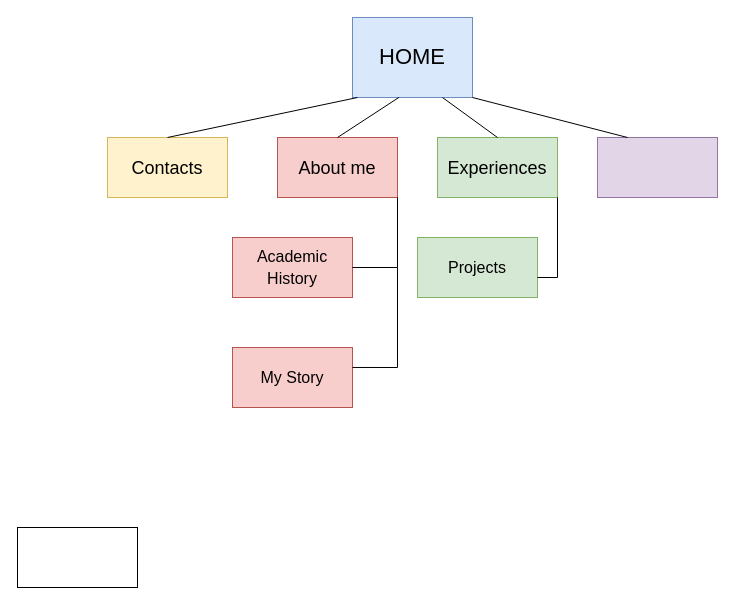
DrOr3O/CSE134B_HW2 keeps this draw.io diagram as Untitled Diagram.drawio. Above is the earlier version. Source tidied: cells renumbered, new cells numbered last; positions are measured from the earlier drawing's top-left corner, leaving out a move shared by most shapes. Both pictures are drawn from the tidied source at 100%, with x=0, y=0 at pixel (17, 17).
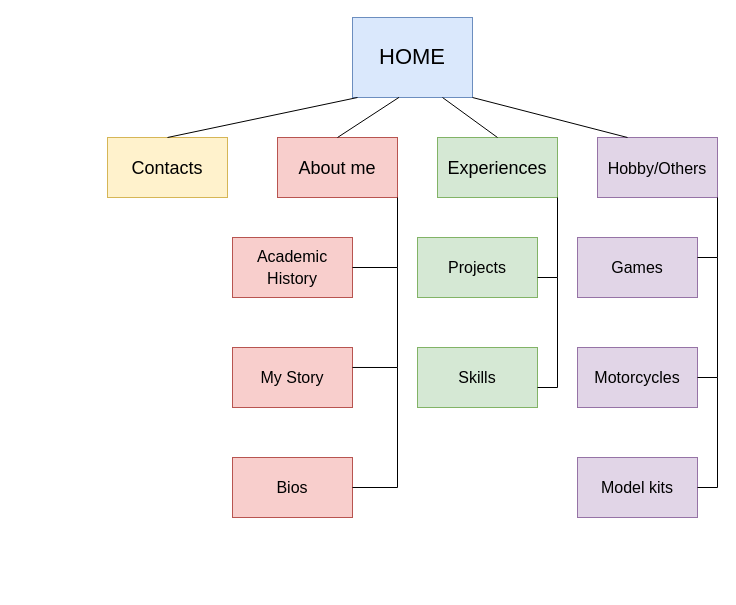
The same page after the edit.

Diff of the diagram source:
```diff
@@
-    <mxCell id="6" style="rounded=0;whiteSpace=wrap;html=1;fontSize=22;fillColor=#e1d5e7;strokeColor=#9673a6;" parent="1" vertex="1">
+    <mxCell id="6" value="&lt;font style=&quot;font-size: 16px;&quot;&gt;Hobby/Others&lt;/font&gt;" style="rounded=0;whiteSpace=wrap;html=1;fontSize=22;fillColor=#e1d5e7;strokeColor=#9673a6;" parent="1" vertex="1">
       <mxGeometry x="580" y="120" width="120" height="60" as="geometry" />
     </mxCell>
@@
-    <mxCell id="14" style="rounded=0;whiteSpace=wrap;html=1;fontSize=18;" parent="1" vertex="1">
-      <mxGeometry y="510" width="120" height="60" as="geometry" />
+    <mxCell id="14" value="&lt;font style=&quot;font-size: 16px;&quot;&gt;Games&lt;/font&gt;" style="rounded=0;whiteSpace=wrap;html=1;fontSize=18;fillColor=#e1d5e7;strokeColor=#9673a6;" parent="1" vertex="1">
+      <mxGeometry x="560" y="220" width="120" height="60" as="geometry" />
     </mxCell>
@@
+    <mxCell id="18" value="&lt;font style=&quot;font-size: 16px;&quot;&gt;Motorcycles&lt;/font&gt;" style="rounded=0;whiteSpace=wrap;html=1;fontSize=18;fillColor=#e1d5e7;strokeColor=#9673a6;" parent="1" vertex="1">
+      <mxGeometry x="560" y="330" width="120" height="60" as="geometry" />
+    </mxCell>
+    <mxCell id="19" value="&lt;font style=&quot;font-size: 16px;&quot;&gt;Model kits&lt;/font&gt;" style="rounded=0;whiteSpace=wrap;html=1;fontSize=18;fillColor=#e1d5e7;strokeColor=#9673a6;" parent="1" vertex="1">
+      <mxGeometry x="560" y="440" width="120" height="60" as="geometry" />
+    </mxCell>
+    <mxCell id="20" style="endArrow=none;html=1;rounded=0;fontSize=16;entryX=1;entryY=1;entryDx=0;entryDy=0;" parent="1" edge="1" target="6">
+      <mxGeometry relative="1" as="geometry">
+        <mxPoint x="680" y="240" as="sourcePoint" />
+        <Array as="points">
+          <mxPoint x="700" y="240" />
+        </Array>
+      </mxGeometry>
+    </mxCell>
+    <mxCell id="21" style="endArrow=none;html=1;rounded=0;fontSize=16;exitX=1;exitY=0.5;exitDx=0;exitDy=0;" parent="1" edge="1" source="18">
+      <mxGeometry relative="1" as="geometry">
+        <mxPoint x="700" y="240" as="targetPoint" />
+        <Array as="points">
+          <mxPoint x="700" y="360" />
+        </Array>
+      </mxGeometry>
+    </mxCell>
+    <mxCell id="22" style="endArrow=none;html=1;rounded=0;fontSize=16;exitX=1;exitY=0.5;exitDx=0;exitDy=0;" parent="1" edge="1" source="19">
+      <mxGeometry relative="1" as="geometry">
+        <mxPoint x="700" y="360" as="targetPoint" />
+        <Array as="points">
+          <mxPoint x="700" y="470" />
+        </Array>
+      </mxGeometry>
+    </mxCell>
+    <mxCell id="23" value="&lt;font style=&quot;font-size: 16px;&quot;&gt;Skills&lt;/font&gt;" style="rounded=0;whiteSpace=wrap;html=1;fontSize=16;fillColor=#d5e8d4;strokeColor=#82b366;" parent="1" vertex="1">
+      <mxGeometry x="400" y="330" width="120" height="60" as="geometry" />
+    </mxCell>
+    <mxCell id="24" style="endArrow=none;html=1;rounded=0;fontSize=16;" parent="1" edge="1">
+      <mxGeometry relative="1" as="geometry">
+        <mxPoint x="520" y="370" as="sourcePoint" />
+        <mxPoint x="540" y="260" as="targetPoint" />
+        <Array as="points">
+          <mxPoint x="540" y="370" />
+        </Array>
+      </mxGeometry>
+    </mxCell>
+    <mxCell id="25" value="Bios" style="rounded=0;whiteSpace=wrap;html=1;fontSize=16;fillColor=#f8cecc;strokeColor=#b85450;" parent="1" vertex="1">
+      <mxGeometry x="215" y="440" width="120" height="60" as="geometry" />
+    </mxCell>
+    <mxCell id="26" style="endArrow=none;html=1;rounded=0;fontSize=16;exitX=1;exitY=0.5;exitDx=0;exitDy=0;" parent="1" edge="1" source="25">
+      <mxGeometry relative="1" as="geometry">
+        <mxPoint x="380" y="350" as="targetPoint" />
+        <Array as="points">
+          <mxPoint x="380" y="470" />
+        </Array>
+      </mxGeometry>
+    </mxCell>
```
